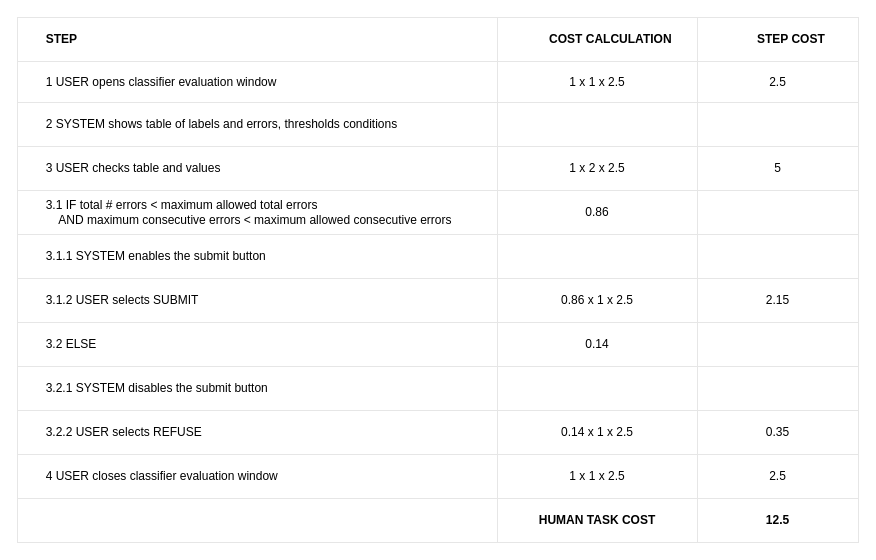
BaffoBello14/AutomaticDamagesRecognition keeps this draw.io diagram as configure/evaluation system (JACO)/evaluation_system_table.drawio. Above is the earlier version. Source tidied: cells renumbered, new cells numbered last; positions are measured from the earlier drawing's top-left corner, leaving out a move shared by most shapes. Both pictures are drawn from the tidied source at 100%, with x=0, y=0 at pixel (17, 17).
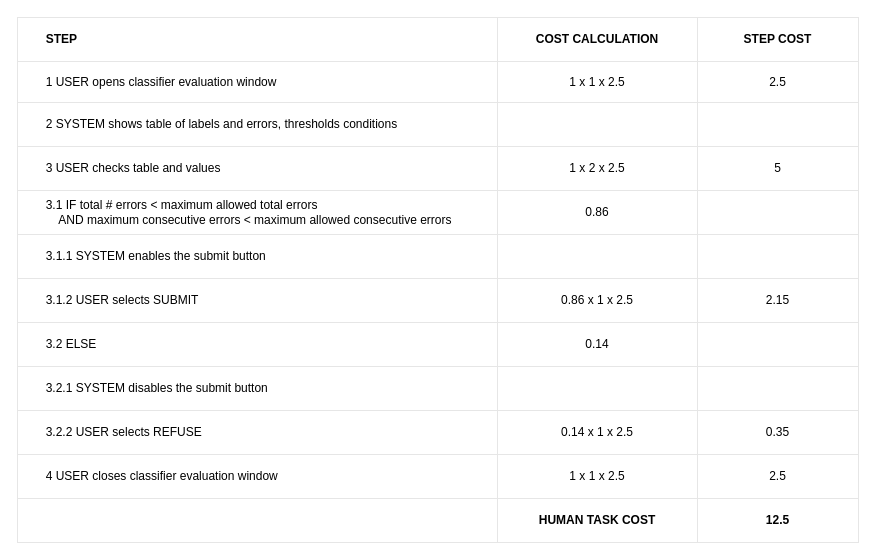
The same page after the edit.

Commit message:
Update user authentication logic

Unchanged cells that the change refers to:
```xml
<mxCell id="3" style="shape=tableRow;horizontal=0;startSize=0;swimlaneHead=0;swimlaneBody=0;top=0;left=0;bottom=0;right=0;fontStyle=0;fillColor=none;strokeColor=inherit;align=center;" parent="2" vertex="1">
  <mxGeometry width="841" height="44" as="geometry" />
</mxCell>
```

What changed in the source:
```diff
@@
-    <mxCell id="5" value="&lt;span style=&quot;white-space: pre;&quot;&gt;&#9;&lt;/span&gt;COST CALCULATION" style="strokeColor=inherit;fillColor=none;align=center;whiteSpace=wrap;html=1;fontStyle=1;" parent="3" vertex="1">
+    <mxCell id="5" value="COST CALCULATION" style="strokeColor=inherit;fillColor=none;align=center;whiteSpace=wrap;html=1;fontStyle=1;" parent="3" vertex="1">
       <mxGeometry x="480" width="200" height="44" as="geometry" />
     </mxCell>
-    <mxCell id="6" value="&lt;span style=&quot;white-space: pre;&quot;&gt;&#9;&lt;/span&gt;STEP COST" style="strokeColor=inherit;fillColor=none;align=center;whiteSpace=wrap;html=1;fontStyle=1;" parent="3" vertex="1">
+    <mxCell id="6" value="STEP COST" style="strokeColor=inherit;fillColor=none;align=center;whiteSpace=wrap;html=1;fontStyle=1;" parent="3" vertex="1">
       <mxGeometry x="680" width="161" height="44" as="geometry" />
     </mxCell>
```
